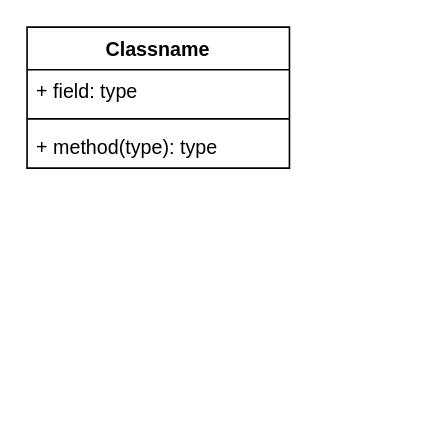
danieto98/SofAR_Project keeps this draw.io diagram as UML v1.drawio. Above is the earlier version. Source tidied: cells renumbered, new cells numbered last; positions are measured from the earlier drawing's top-left corner, leaving out a move shared by most shapes. Both pictures are drawn from the tidied source at 164%, with x=0, y=0 at pixel (26, 26).
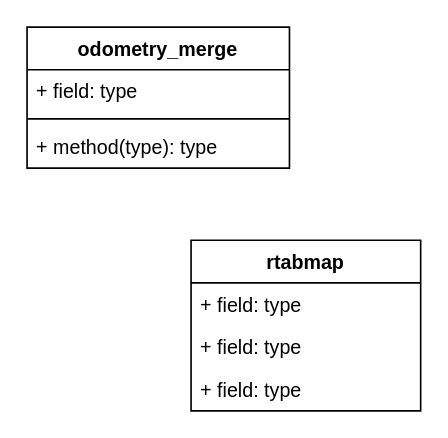
The same diagram, later.

Change to the diagram source:
```diff
@@
 <mxGraphModel>
   <root>
     <mxCell id="0" />
     <mxCell id="1" parent="0" />
-    <mxCell id="2" value="Classname" style="swimlane;fontStyle=1;align=center;verticalAlign=top;horizontal=1;startSize=26;" parent="1" vertex="1">
+    <mxCell id="2" value="odometry_merge" style="swimlane;fontStyle=1;align=center;verticalAlign=top;horizontal=1;startSize=26;" parent="1" vertex="1">
       <mxGeometry width="160" height="86" as="geometry" />
     </mxCell>
     <mxCell id="3" value="+ field: type" style="text;strokeColor=none;fillColor=none;align=left;verticalAlign=top;spacingLeft=4;spacingRight=4;overflow=hidden;" parent="2" vertex="1">
       <mxGeometry y="26" width="160" height="26" as="geometry" />
     </mxCell>
     <mxCell id="4" style="line;strokeWidth=1;fillColor=none;align=left;verticalAlign=middle;spacingTop=-1;spacingLeft=3;spacingRight=3;labelPosition=right;" parent="2" vertex="1">
       <mxGeometry y="52" width="160" height="8" as="geometry" />
     </mxCell>
     <mxCell id="5" value="+ method(type): type" style="text;strokeColor=none;fillColor=none;align=left;verticalAlign=top;spacingLeft=4;spacingRight=4;overflow=hidden;" parent="2" vertex="1">
       <mxGeometry y="60" width="160" height="26" as="geometry" />
     </mxCell>
+    <mxCell id="6" value="rtabmap" style="swimlane;fontStyle=1;horizontal=1;startSize=26;fillColor=none;" parent="1" vertex="1">
+      <mxGeometry x="100" y="130" width="140" height="104" as="geometry" />
+    </mxCell>
+    <mxCell id="7" value="+ field: type" style="text;strokeColor=none;fillColor=none;align=left;verticalAlign=top;spacingLeft=4;spacingRight=4;overflow=hidden;" parent="6" vertex="1">
+      <mxGeometry y="26" width="140" height="26" as="geometry" />
+    </mxCell>
+    <mxCell id="8" value="+ field: type" style="text;strokeColor=none;fillColor=none;align=left;verticalAlign=top;spacingLeft=4;spacingRight=4;overflow=hidden;" parent="6" vertex="1">
+      <mxGeometry y="52" width="140" height="26" as="geometry" />
+    </mxCell>
+    <mxCell id="9" value="+ field: type" style="text;strokeColor=none;fillColor=none;align=left;verticalAlign=top;spacingLeft=4;spacingRight=4;overflow=hidden;" parent="6" vertex="1">
+      <mxGeometry y="78" width="140" height="26" as="geometry" />
+    </mxCell>
   </root>
 </mxGraphModel>
```
